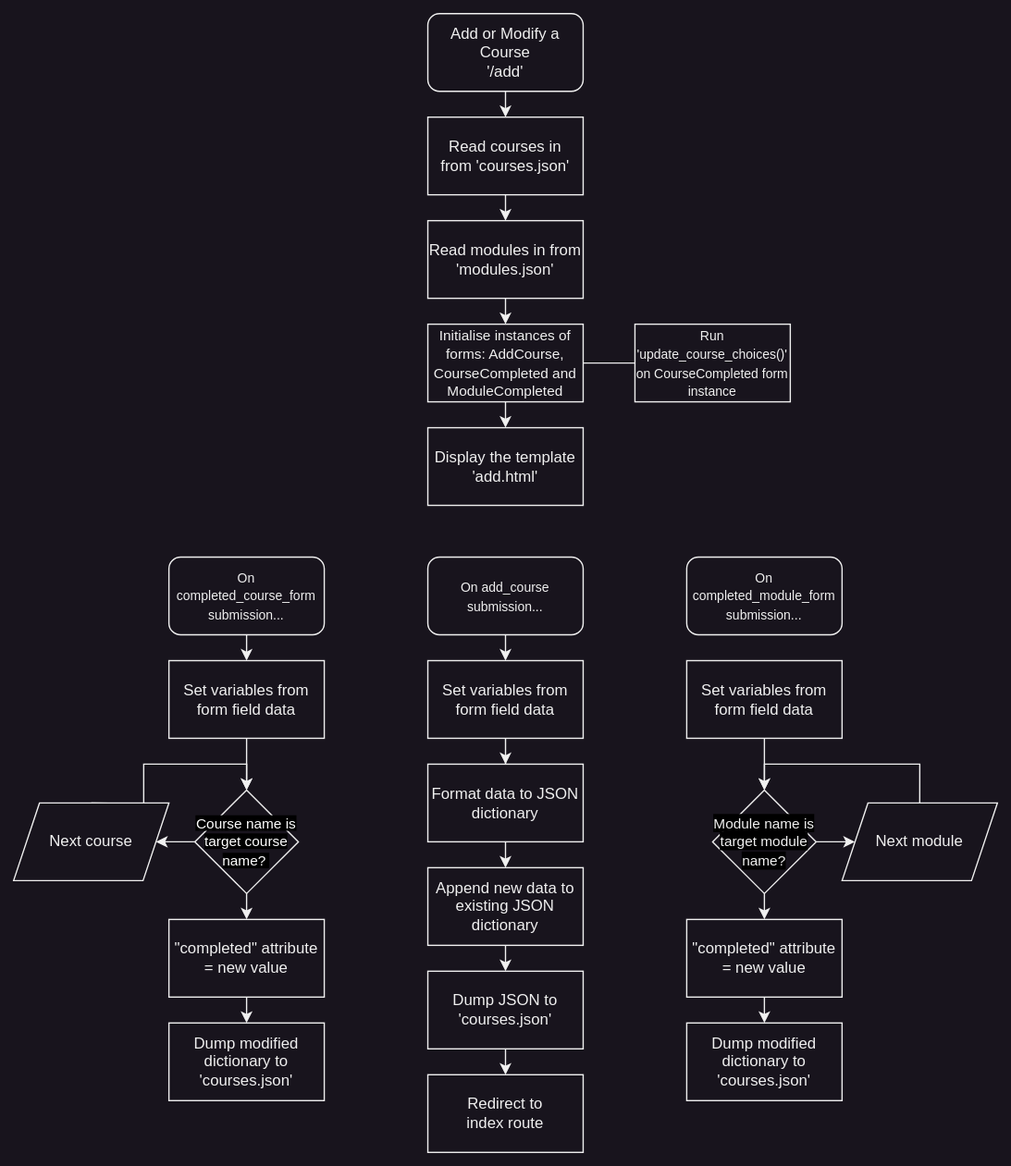
Earlier version of the draw.io export res/flow_diagrams/Add.svg (corey-richardson/course-progress-tracker). Source tidied: cells renumbered, new cells last; positions are measured from the earlier drawing's top-left corner, leaving out a move shared by most shapes.
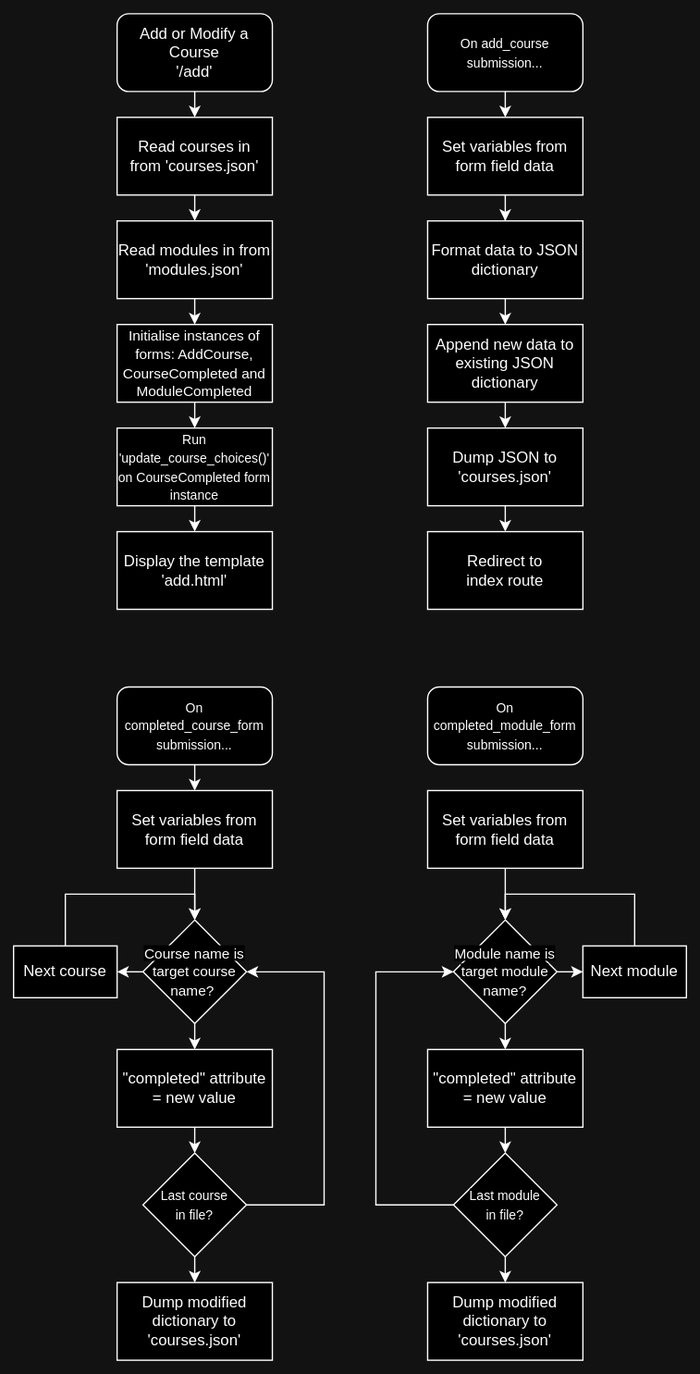
After the commit.

Diff of the diagram source:
```diff
@@ -6,82 +6,76 @@
       <mxGeometry relative="1" as="geometry" />
     </mxCell>
     <mxCell id="3" value="Add or Modify a Course&lt;br&gt;'/add'" style="rounded=1;whiteSpace=wrap;html=1;" parent="1" vertex="1">
-      <mxGeometry x="320" width="120" height="60" as="geometry" />
+      <mxGeometry x="120" y="20" width="120" height="60" as="geometry" />
     </mxCell>
     <mxCell id="4" style="edgeStyle=orthogonalEdgeStyle;rounded=0;jettySize=auto;html=1;exitX=0.5;exitY=1;exitDx=0;exitDy=0;entryX=0.5;entryY=0;entryDx=0;entryDy=0;" parent="1" edge="1" source="5" target="7">
       <mxGeometry relative="1" as="geometry" />
     </mxCell>
     <mxCell id="5" value="Read courses in &lt;br&gt;from 'courses.json'" style="rounded=0;whiteSpace=wrap;html=1;" parent="1" vertex="1">
-      <mxGeometry x="320" y="80" width="120" height="60" as="geometry" />
+      <mxGeometry x="120" y="100" width="120" height="60" as="geometry" />
     </mxCell>
     <mxCell id="6" style="edgeStyle=orthogonalEdgeStyle;rounded=0;jettySize=auto;html=1;exitX=0.5;exitY=1;exitDx=0;exitDy=0;entryX=0.5;entryY=0;entryDx=0;entryDy=0;" parent="1" edge="1" source="7" target="9">
       <mxGeometry relative="1" as="geometry" />
     </mxCell>
     <mxCell id="7" value="Read modules in from 'modules.json'" style="rounded=0;whiteSpace=wrap;html=1;" parent="1" vertex="1">
-      <mxGeometry x="320" y="160" width="120" height="60" as="geometry" />
+      <mxGeometry x="120" y="180" width="120" height="60" as="geometry" />
     </mxCell>
-    <mxCell id="8" style="edgeStyle=orthogonalEdgeStyle;rounded=0;jettySize=auto;html=1;exitX=0.5;exitY=1;exitDx=0;exitDy=0;entryX=0.5;entryY=0;entryDx=0;entryDy=0;" parent="1" edge="1" source="9" target="45">
-      <mxGeometry relative="1" as="geometry" />
-    </mxCell>
+    <mxCell id="47" style="edgeStyle=orthogonalEdgeStyle;rounded=0;jettySize=auto;html=1;exitX=0.5;exitY=1;exitDx=0;exitDy=0;entryX=0.5;entryY=0;entryDx=0;entryDy=0;" parent="1" edge="1" source="9" target="11">
+      <mxGeometry relative="1" as="geometry" />
+    </mxCell>
     <mxCell id="9" value="&lt;font style=&quot;font-size: 11px;&quot;&gt;Initialise instances of forms: AddCourse, CourseCompleted and ModuleCompleted&lt;/font&gt;" style="rounded=0;whiteSpace=wrap;html=1;" parent="1" vertex="1">
-      <mxGeometry x="320" y="240" width="120" height="60" as="geometry" />
+      <mxGeometry x="120" y="260" width="120" height="60" as="geometry" />
     </mxCell>
-    <mxCell id="10" style="edgeStyle=orthogonalEdgeStyle;rounded=0;jettySize=auto;html=1;exitX=0;exitY=0.5;exitDx=0;exitDy=0;entryX=1;entryY=0.5;entryDx=0;entryDy=0;endArrow=none;endFill=0;" parent="1" edge="1" source="11" target="9">
-      <mxGeometry relative="1" as="geometry" />
-    </mxCell>
-    <mxCell id="11" value="&lt;font style=&quot;font-size: 10px;&quot;&gt;Run 'update_course_choices()' on CourseCompleted form instance&lt;/font&gt;" style="rounded=0;whiteSpace=wrap;html=1;" parent="1" vertex="1">
-      <mxGeometry x="480" y="240" width="120" height="60" as="geometry" />
-    </mxCell>
     <mxCell id="12" style="edgeStyle=orthogonalEdgeStyle;rounded=0;jettySize=auto;html=1;exitX=0.5;exitY=1;exitDx=0;exitDy=0;entryX=0.5;entryY=0;entryDx=0;entryDy=0;" parent="1" edge="1" source="13" target="18">
       <mxGeometry relative="1" as="geometry" />
     </mxCell>
     <mxCell id="13" value="&lt;font style=&quot;font-size: 10px;&quot;&gt;On add_course submission...&lt;/font&gt;" style="rounded=1;whiteSpace=wrap;html=1;" parent="1" vertex="1">
-      <mxGeometry x="320" y="420" width="120" height="60" as="geometry" />
+      <mxGeometry x="360" y="20" width="120" height="60" as="geometry" />
     </mxCell>
     <mxCell id="14" style="edgeStyle=orthogonalEdgeStyle;rounded=0;jettySize=auto;html=1;exitX=0.5;exitY=1;exitDx=0;exitDy=0;entryX=0.5;entryY=0;entryDx=0;entryDy=0;" parent="1" edge="1" source="15" target="20">
       <mxGeometry relative="1" as="geometry" />
     </mxCell>
     <mxCell id="15" value="&lt;font style=&quot;font-size: 10px;&quot;&gt;On completed_course_form submission...&lt;/font&gt;" style="rounded=1;whiteSpace=wrap;html=1;" parent="1" vertex="1">
-      <mxGeometry x="120" y="420" width="120" height="60" as="geometry" />
+      <mxGeometry x="120" y="540" width="120" height="60" as="geometry" />
     </mxCell>
     <mxCell id="16" value="&lt;font style=&quot;font-size: 10px;&quot;&gt;On completed_module_form submission...&lt;/font&gt;" style="rounded=1;whiteSpace=wrap;html=1;" parent="1" vertex="1">
-      <mxGeometry x="520" y="420" width="120" height="60" as="geometry" />
+      <mxGeometry x="360" y="540" width="120" height="60" as="geometry" />
     </mxCell>
     <mxCell id="17" style="edgeStyle=orthogonalEdgeStyle;rounded=0;jettySize=auto;html=1;exitX=0.5;exitY=1;exitDx=0;exitDy=0;" parent="1" edge="1" source="18" target="24">
       <mxGeometry relative="1" as="geometry" />
     </mxCell>
     <mxCell id="18" value="Set variables from form field data" style="rounded=0;whiteSpace=wrap;html=1;" parent="1" vertex="1">
-      <mxGeometry x="320" y="500" width="120" height="60" as="geometry" />
+      <mxGeometry x="360" y="100" width="120" height="60" as="geometry" />
     </mxCell>
     <mxCell id="19" style="edgeStyle=orthogonalEdgeStyle;rounded=0;jettySize=auto;html=1;exitX=0.5;exitY=1;exitDx=0;exitDy=0;entryX=0.5;entryY=0;entryDx=0;entryDy=0;" parent="1" edge="1" source="20" target="31">
       <mxGeometry relative="1" as="geometry" />
     </mxCell>
     <mxCell id="20" value="Set variables from form field data" style="rounded=0;whiteSpace=wrap;html=1;" parent="1" vertex="1">
-      <mxGeometry x="120" y="500" width="120" height="60" as="geometry" />
+      <mxGeometry x="120" y="620" width="120" height="60" as="geometry" />
     </mxCell>
     <mxCell id="21" style="edgeStyle=orthogonalEdgeStyle;rounded=0;jettySize=auto;html=1;exitX=0.5;exitY=1;exitDx=0;exitDy=0;entryX=0.5;entryY=0;entryDx=0;entryDy=0;" parent="1" edge="1" source="22" target="36">
       <mxGeometry relative="1" as="geometry" />
     </mxCell>
     <mxCell id="22" value="Set variables from form field data" style="rounded=0;whiteSpace=wrap;html=1;" parent="1" vertex="1">
-      <mxGeometry x="520" y="500" width="120" height="60" as="geometry" />
+      <mxGeometry x="360" y="620" width="120" height="60" as="geometry" />
     </mxCell>
     <mxCell id="23" style="edgeStyle=orthogonalEdgeStyle;rounded=0;jettySize=auto;html=1;exitX=0.5;exitY=1;exitDx=0;exitDy=0;entryX=0.5;entryY=0;entryDx=0;entryDy=0;" parent="1" edge="1" source="24" target="28">
       <mxGeometry relative="1" as="geometry" />
     </mxCell>
     <mxCell id="24" value="Format data to JSON dictionary" style="rounded=0;whiteSpace=wrap;html=1;" parent="1" vertex="1">
-      <mxGeometry x="320" y="580" width="120" height="60" as="geometry" />
+      <mxGeometry x="360" y="180" width="120" height="60" as="geometry" />
     </mxCell>
     <mxCell id="25" style="edgeStyle=orthogonalEdgeStyle;rounded=0;jettySize=auto;html=1;exitX=0.5;exitY=1;exitDx=0;exitDy=0;entryX=0.5;entryY=0;entryDx=0;entryDy=0;" parent="1" edge="1" source="26" target="46">
       <mxGeometry relative="1" as="geometry" />
     </mxCell>
     <mxCell id="26" value="Dump JSON to 'courses.json'" style="rounded=0;whiteSpace=wrap;html=1;" parent="1" vertex="1">
-      <mxGeometry x="320" y="740" width="120" height="60" as="geometry" />
+      <mxGeometry x="360" y="340" width="120" height="60" as="geometry" />
     </mxCell>
     <mxCell id="27" style="edgeStyle=orthogonalEdgeStyle;rounded=0;jettySize=auto;html=1;exitX=0.5;exitY=1;exitDx=0;exitDy=0;entryX=0.5;entryY=0;entryDx=0;entryDy=0;" parent="1" edge="1" source="28" target="26">
       <mxGeometry relative="1" as="geometry" />
     </mxCell>
     <mxCell id="28" value="Append new data to existing JSON dictionary" style="rounded=0;whiteSpace=wrap;html=1;" parent="1" vertex="1">
-      <mxGeometry x="320" y="660" width="120" height="60" as="geometry" />
+      <mxGeometry x="360" y="260" width="120" height="60" as="geometry" />
     </mxCell>
     <mxCell id="29" style="edgeStyle=orthogonalEdgeStyle;rounded=0;jettySize=auto;html=1;exitX=0.5;exitY=1;exitDx=0;exitDy=0;entryX=0.5;entryY=0;entryDx=0;entryDy=0;" parent="1" edge="1" source="31" target="40">
       <mxGeometry relative="1" as="geometry" />
@@ -89,60 +83,92 @@
     <mxCell id="30" style="edgeStyle=orthogonalEdgeStyle;rounded=0;jettySize=auto;html=1;exitX=0;exitY=0.5;exitDx=0;exitDy=0;entryX=1;entryY=0.5;entryDx=0;entryDy=0;" parent="1" edge="1" source="31" target="33">
       <mxGeometry relative="1" as="geometry" />
     </mxCell>
-    <mxCell id="31" value="&lt;font color=&quot;#ffffff&quot; style=&quot;font-size: 11px; background-color: rgb(0, 0, 0);&quot;&gt;Course name is target course name?&amp;nbsp;&lt;/font&gt;" style="rhombus;whiteSpace=wrap;html=1;" parent="1" vertex="1">
-      <mxGeometry x="140" y="600" width="80" height="80" as="geometry" />
+    <mxCell id="31" value="&lt;font style=&quot;font-size: 11px; background-color: rgb(255, 255, 255);&quot;&gt;Course name is target course name?&amp;nbsp;&lt;/font&gt;" style="rhombus;whiteSpace=wrap;html=1;" parent="1" vertex="1">
+      <mxGeometry x="140" y="720" width="80" height="80" as="geometry" />
     </mxCell>
-    <mxCell id="32" style="edgeStyle=orthogonalEdgeStyle;rounded=0;jettySize=auto;html=1;exitX=0.5;exitY=0;exitDx=0;exitDy=0;entryX=0.5;entryY=0;entryDx=0;entryDy=0;" parent="1" edge="1" target="31">
-      <mxGeometry relative="1" as="geometry">
-        <mxPoint x="60" y="610" as="sourcePoint" />
-      </mxGeometry>
-    </mxCell>
-    <mxCell id="33" value="Next course" style="shape=parallelogram;perimeter=parallelogramPerimeter;whiteSpace=wrap;html=1;fixedSize=1;" parent="1" vertex="1">
-      <mxGeometry y="610" width="120" height="60" as="geometry" />
-    </mxCell>
+    <mxCell id="35" style="edgeStyle=orthogonalEdgeStyle;rounded=0;jettySize=auto;html=1;exitX=0.5;exitY=1;exitDx=0;exitDy=0;entryX=0.5;entryY=0;entryDx=0;entryDy=0;" parent="1" edge="1" source="36" target="42">
+      <mxGeometry relative="1" as="geometry" />
+    </mxCell>
     <mxCell id="34" style="edgeStyle=orthogonalEdgeStyle;rounded=0;jettySize=auto;html=1;exitX=1;exitY=0.5;exitDx=0;exitDy=0;entryX=0;entryY=0.5;entryDx=0;entryDy=0;" parent="1" edge="1" source="36" target="38">
       <mxGeometry relative="1" as="geometry" />
     </mxCell>
-    <mxCell id="35" style="edgeStyle=orthogonalEdgeStyle;rounded=0;jettySize=auto;html=1;exitX=0.5;exitY=1;exitDx=0;exitDy=0;entryX=0.5;entryY=0;entryDx=0;entryDy=0;" parent="1" edge="1" source="36" target="42">
-      <mxGeometry relative="1" as="geometry" />
-    </mxCell>
-    <mxCell id="36" value="&lt;span style=&quot;background-color: rgb(0, 0, 0);&quot;&gt;&lt;font style=&quot;font-size: 11px;&quot;&gt;Module name is target module name?&lt;/font&gt;&lt;/span&gt;" style="rhombus;whiteSpace=wrap;html=1;" parent="1" vertex="1">
-      <mxGeometry x="540" y="600" width="80" height="80" as="geometry" />
+    <mxCell id="36" value="&lt;font style=&quot;font-size: 11px; background-color: rgb(255, 255, 255);&quot;&gt;Module name is target module name?&lt;/font&gt;" style="rhombus;whiteSpace=wrap;html=1;" parent="1" vertex="1">
+      <mxGeometry x="380" y="720" width="80" height="80" as="geometry" />
     </mxCell>
-    <mxCell id="37" style="edgeStyle=orthogonalEdgeStyle;rounded=0;jettySize=auto;html=1;exitX=0.5;exitY=0;exitDx=0;exitDy=0;entryX=0.5;entryY=0;entryDx=0;entryDy=0;" parent="1" edge="1" source="38" target="36">
-      <mxGeometry relative="1" as="geometry">
-        <Array as="points">
-          <mxPoint x="700" y="580" />
-          <mxPoint x="580" y="580" />
-        </Array>
-      </mxGeometry>
-    </mxCell>
-    <mxCell id="38" value="Next module" style="shape=parallelogram;perimeter=parallelogramPerimeter;whiteSpace=wrap;html=1;fixedSize=1;" parent="1" vertex="1">
-      <mxGeometry x="640" y="610" width="120" height="60" as="geometry" />
-    </mxCell>
-    <mxCell id="39" style="edgeStyle=orthogonalEdgeStyle;rounded=0;jettySize=auto;html=1;exitX=0.5;exitY=1;exitDx=0;exitDy=0;entryX=0.5;entryY=0;entryDx=0;entryDy=0;" parent="1" edge="1" source="40" target="43">
-      <mxGeometry relative="1" as="geometry" />
-    </mxCell>
+    <mxCell id="48" style="edgeStyle=orthogonalEdgeStyle;rounded=0;jettySize=auto;html=1;exitX=0.5;exitY=1;exitDx=0;exitDy=0;entryX=0.5;entryY=0;entryDx=0;entryDy=0;" parent="1" edge="1" source="40" target="52">
+      <mxGeometry relative="1" as="geometry" />
+    </mxCell>
     <mxCell id="40" value="&quot;completed&quot; attribute = new value" style="rounded=0;whiteSpace=wrap;html=1;" parent="1" vertex="1">
-      <mxGeometry x="120" y="700" width="120" height="60" as="geometry" />
+      <mxGeometry x="120" y="820" width="120" height="60" as="geometry" />
     </mxCell>
-    <mxCell id="41" style="edgeStyle=orthogonalEdgeStyle;rounded=0;jettySize=auto;html=1;exitX=0.5;exitY=1;exitDx=0;exitDy=0;entryX=0.5;entryY=0;entryDx=0;entryDy=0;" parent="1" edge="1" source="42" target="44">
-      <mxGeometry relative="1" as="geometry" />
-    </mxCell>
+    <mxCell id="49" style="edgeStyle=orthogonalEdgeStyle;rounded=0;jettySize=auto;html=1;exitX=0.5;exitY=1;exitDx=0;exitDy=0;entryX=0.5;entryY=0;entryDx=0;entryDy=0;" parent="1" edge="1" source="42" target="55">
+      <mxGeometry relative="1" as="geometry" />
+    </mxCell>
     <mxCell id="42" value="&quot;completed&quot; attribute = new value" style="rounded=0;whiteSpace=wrap;html=1;" parent="1" vertex="1">
-      <mxGeometry x="520" y="700" width="120" height="60" as="geometry" />
+      <mxGeometry x="360" y="820" width="120" height="60" as="geometry" />
     </mxCell>
     <mxCell id="43" value="Dump modified dictionary to 'courses.json'" style="rounded=0;whiteSpace=wrap;html=1;" parent="1" vertex="1">
-      <mxGeometry x="120" y="780" width="120" height="60" as="geometry" />
+      <mxGeometry x="120" y="1000" width="120" height="60" as="geometry" />
     </mxCell>
     <mxCell id="44" value="Dump modified dictionary to 'courses.json'" style="rounded=0;whiteSpace=wrap;html=1;" parent="1" vertex="1">
-      <mxGeometry x="520" y="780" width="120" height="60" as="geometry" />
+      <mxGeometry x="360" y="1000" width="120" height="60" as="geometry" />
     </mxCell>
     <mxCell id="45" value="Display the template 'add.html'" style="rounded=0;whiteSpace=wrap;html=1;" parent="1" vertex="1">
-      <mxGeometry x="320" y="320" width="120" height="60" as="geometry" />
+      <mxGeometry x="120" y="420" width="120" height="60" as="geometry" />
     </mxCell>
     <mxCell id="46" value="Redirect to&lt;br&gt;index route" style="rounded=0;whiteSpace=wrap;html=1;" parent="1" vertex="1">
-      <mxGeometry x="320" y="820" width="120" height="60" as="geometry" />
+      <mxGeometry x="360" y="420" width="120" height="60" as="geometry" />
     </mxCell>
+    <mxCell id="50" style="edgeStyle=orthogonalEdgeStyle;rounded=0;jettySize=auto;html=1;exitX=0.5;exitY=1;exitDx=0;exitDy=0;entryX=0.5;entryY=0;entryDx=0;entryDy=0;" parent="1" edge="1" source="52" target="43">
+      <mxGeometry relative="1" as="geometry" />
+    </mxCell>
+    <mxCell id="51" style="edgeStyle=orthogonalEdgeStyle;rounded=0;jettySize=auto;html=1;exitX=1;exitY=0.5;exitDx=0;exitDy=0;entryX=1;entryY=0.5;entryDx=0;entryDy=0;" parent="1" edge="1" source="52" target="31">
+      <mxGeometry relative="1" as="geometry">
+        <Array as="points">
+          <mxPoint x="280" y="940" />
+          <mxPoint x="280" y="760" />
+        </Array>
+      </mxGeometry>
+    </mxCell>
+    <mxCell id="52" value="&lt;font style=&quot;font-size: 10px; background-color: rgb(255, 255, 255);&quot;&gt;Last course &lt;br&gt;in file?&lt;/font&gt;" style="rhombus;whiteSpace=wrap;html=1;" parent="1" vertex="1">
+      <mxGeometry x="140" y="900" width="80" height="80" as="geometry" />
+    </mxCell>
+    <mxCell id="53" style="edgeStyle=orthogonalEdgeStyle;rounded=0;jettySize=auto;html=1;exitX=0.5;exitY=1;exitDx=0;exitDy=0;entryX=0.5;entryY=0;entryDx=0;entryDy=0;" parent="1" edge="1" source="55" target="44">
+      <mxGeometry relative="1" as="geometry" />
+    </mxCell>
+    <mxCell id="54" style="edgeStyle=orthogonalEdgeStyle;rounded=0;jettySize=auto;html=1;exitX=0;exitY=0.5;exitDx=0;exitDy=0;entryX=0;entryY=0.5;entryDx=0;entryDy=0;" parent="1" edge="1" source="55" target="36">
+      <mxGeometry relative="1" as="geometry">
+        <Array as="points">
+          <mxPoint x="320" y="940" />
+          <mxPoint x="320" y="760" />
+        </Array>
+      </mxGeometry>
+    </mxCell>
+    <mxCell id="55" value="&lt;font style=&quot;font-size: 10px; background-color: rgb(255, 255, 255);&quot;&gt;Last module&lt;br&gt;in file?&lt;/font&gt;" style="rhombus;whiteSpace=wrap;html=1;" parent="1" vertex="1">
+      <mxGeometry x="380" y="900" width="80" height="80" as="geometry" />
+    </mxCell>
+    <mxCell id="56" style="edgeStyle=orthogonalEdgeStyle;rounded=0;jettySize=auto;html=1;exitX=0.5;exitY=0;exitDx=0;exitDy=0;entryX=0.5;entryY=0;entryDx=0;entryDy=0;startArrow=none;startFill=0;" parent="1" edge="1" source="33" target="31">
+      <mxGeometry relative="1" as="geometry" />
+    </mxCell>
+    <mxCell id="33" value="Next course" style="rounded=0;whiteSpace=wrap;html=1;" parent="1" vertex="1">
+      <mxGeometry x="40" y="740" width="80" height="40" as="geometry" />
+    </mxCell>
+    <mxCell id="37" style="edgeStyle=orthogonalEdgeStyle;rounded=0;jettySize=auto;html=1;exitX=0.5;exitY=0;exitDx=0;exitDy=0;entryX=0.5;entryY=0;entryDx=0;entryDy=0;" parent="1" edge="1" source="38" target="36">
+      <mxGeometry relative="1" as="geometry">
+        <Array as="points">
+          <mxPoint x="520" y="700" />
+          <mxPoint x="420" y="700" />
+        </Array>
+      </mxGeometry>
+    </mxCell>
+    <mxCell id="38" value="Next module" style="rounded=0;whiteSpace=wrap;html=1;" parent="1" vertex="1">
+      <mxGeometry x="480" y="740" width="80" height="40" as="geometry" />
+    </mxCell>
+    <mxCell id="57" style="edgeStyle=orthogonalEdgeStyle;rounded=0;jettySize=auto;html=1;exitX=0.5;exitY=1;exitDx=0;exitDy=0;entryX=0.5;entryY=0;entryDx=0;entryDy=0;" parent="1" edge="1" source="11" target="45">
+      <mxGeometry relative="1" as="geometry" />
+    </mxCell>
+    <mxCell id="11" value="&lt;font style=&quot;font-size: 10px;&quot;&gt;Run 'update_course_choices()' on CourseCompleted form instance&lt;/font&gt;" style="rounded=0;whiteSpace=wrap;html=1;" parent="1" vertex="1">
+      <mxGeometry x="120" y="340" width="120" height="60" as="geometry" />
+    </mxCell>
   </root>
 </mxGraphModel>
```
